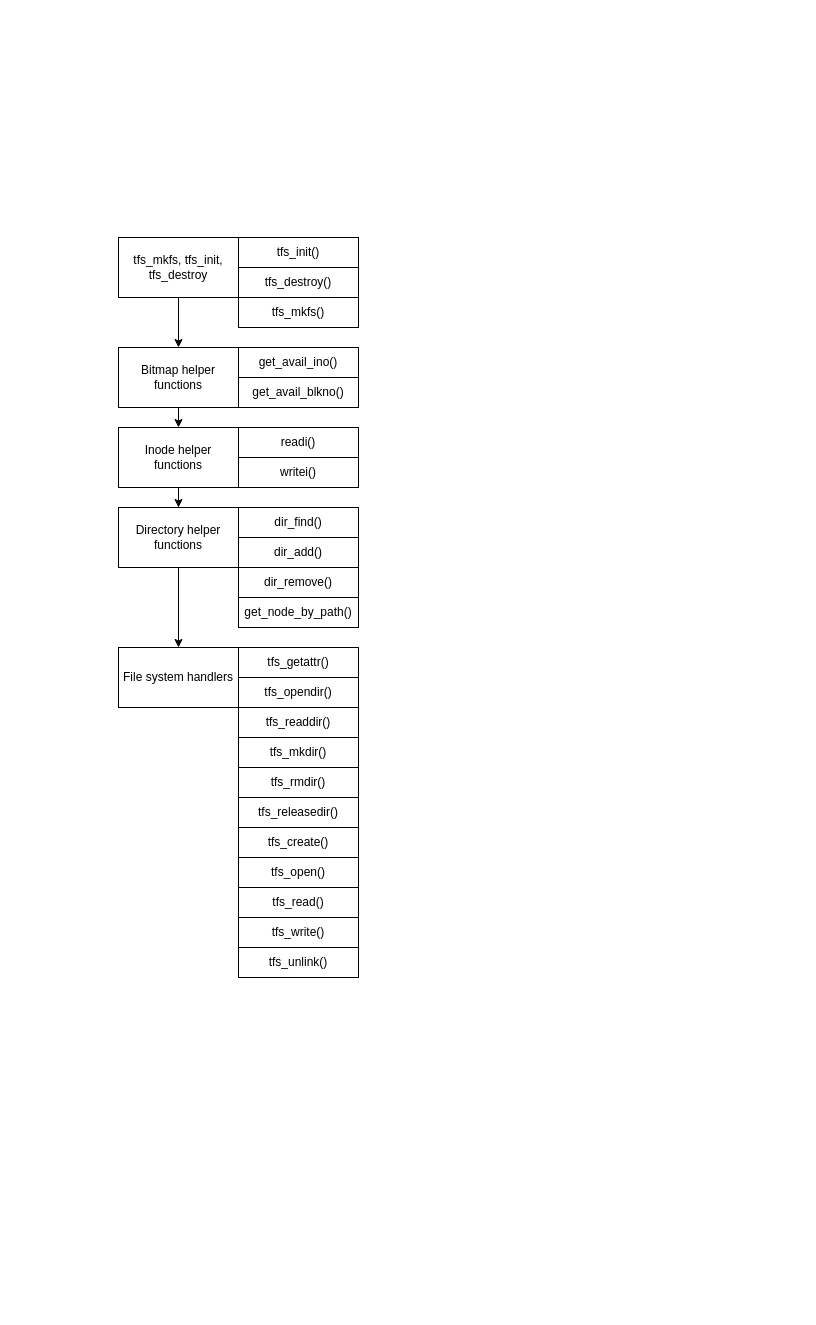
Earlier version of the draw.io diagram plan.drawio (NIK-VOLO/OS_PJ4). Source tidied: cells renumbered, new cells numbered last; positions are measured from the earlier drawing's top-left corner, leaving out a move shared by most shapes. Both pictures are drawn from the tidied source at 100%, with x=0, y=0 at pixel (118, 237).
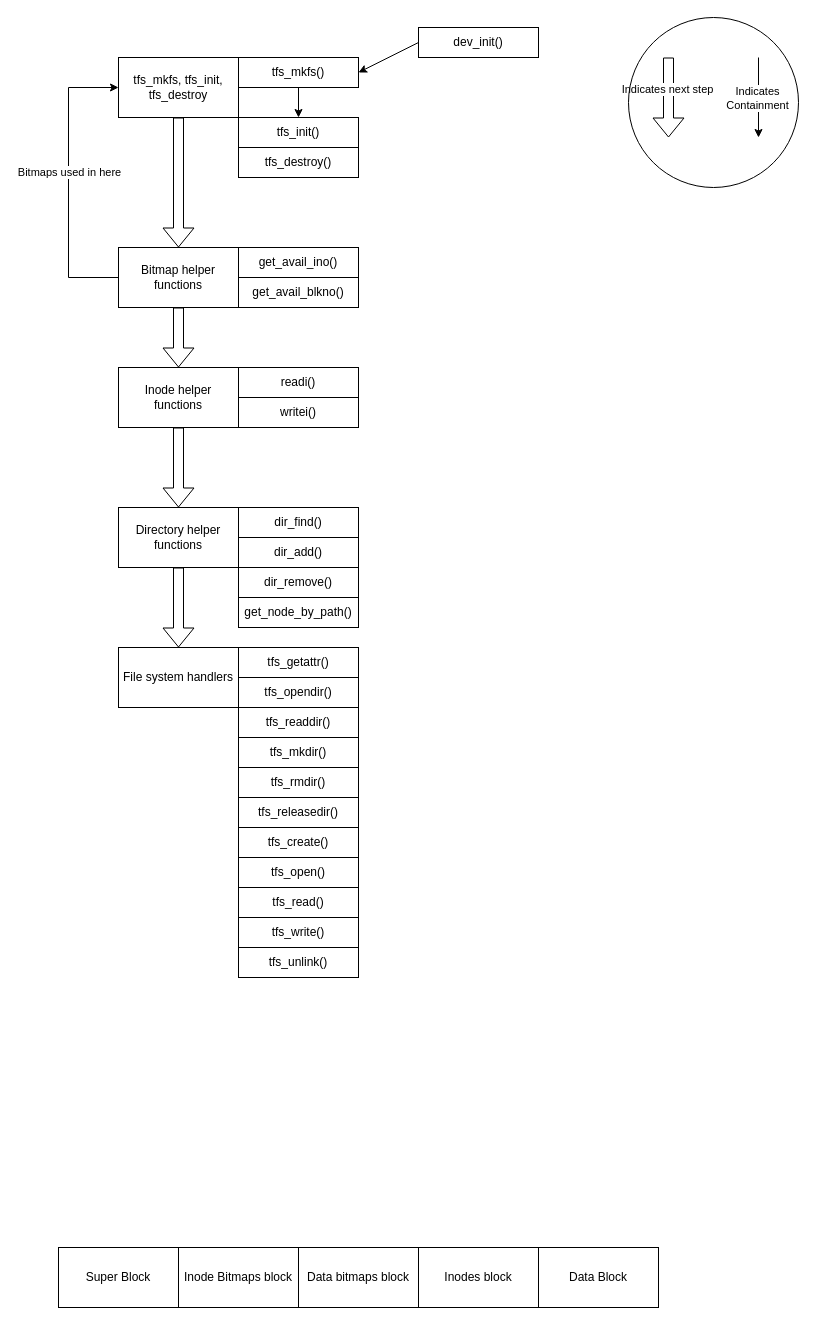
After the change.

Unchanged cells that the change refers to:
```xml
<mxCell id="7" value="Directory helper functions" style="whiteSpace=wrap;html=1;" parent="1" vertex="1">
  <mxGeometry y="270" width="120" height="60" as="geometry" />
</mxCell>
<mxCell id="8" value="File system handlers" style="whiteSpace=wrap;html=1;" parent="1" vertex="1">
  <mxGeometry y="410" width="120" height="60" as="geometry" />
</mxCell>
```

Change to the diagram source:
```diff
@@
-    <mxCell id="2" style="edgeStyle=orthogonalEdgeStyle;rounded=0;jettySize=auto;html=1;entryX=0.5;entryY=0;entryDx=0;entryDy=0;" parent="1" edge="1" source="3" target="5">
+    <mxCell id="2" style="edgeStyle=orthogonalEdgeStyle;rounded=0;jettySize=auto;html=1;entryX=0.5;entryY=0;entryDx=0;entryDy=0;shape=flexArrow;" parent="1" edge="1" source="3" target="5">
       <mxGeometry relative="1" as="geometry" />
     </mxCell>
     <mxCell id="3" value="tfs_mkfs, tfs_init, tfs_destroy" style="whiteSpace=wrap;html=1;" parent="1" vertex="1">
-      <mxGeometry width="120" height="60" as="geometry" />
+      <mxGeometry y="-180" width="120" height="60" as="geometry" />
     </mxCell>
-    <mxCell id="4" style="edgeStyle=orthogonalEdgeStyle;rounded=0;jettySize=auto;html=1;exitX=0.5;exitY=1;exitDx=0;exitDy=0;entryX=0.5;entryY=0;entryDx=0;entryDy=0;" parent="1" edge="1" source="5" target="32">
+    <mxCell id="4" style="edgeStyle=orthogonalEdgeStyle;rounded=0;jettySize=auto;html=1;exitX=0.5;exitY=1;exitDx=0;exitDy=0;entryX=0.5;entryY=0;entryDx=0;entryDy=0;shape=flexArrow;" parent="1" edge="1" source="5" target="32">
       <mxGeometry relative="1" as="geometry" />
     </mxCell>
+    <mxCell id="33" style="edgeStyle=orthogonalEdgeStyle;rounded=0;jettySize=auto;html=1;exitX=0;exitY=0.5;exitDx=0;exitDy=0;entryX=0;entryY=0.5;entryDx=0;entryDy=0;" parent="1" edge="1" source="5" target="3">
+      <mxGeometry relative="1" as="geometry">
+        <Array as="points">
+          <mxPoint x="-50" y="40" />
+          <mxPoint x="-50" y="-150" />
+        </Array>
+      </mxGeometry>
+    </mxCell>
+    <mxCell id="34" value="Bitmaps used in here" style="edgeLabel;html=1;align=center;verticalAlign=middle;" parent="33" vertex="1">
+      <mxGeometry x="0.11" relative="1" as="geometry">
+        <mxPoint y="5" as="offset" />
+      </mxGeometry>
+    </mxCell>
     <mxCell id="5" value="Bitmap helper functions" style="whiteSpace=wrap;html=1;" parent="1" vertex="1">
-      <mxGeometry y="110" width="120" height="60" as="geometry" />
+      <mxGeometry y="10" width="120" height="60" as="geometry" />
     </mxCell>
-    <mxCell id="6" style="edgeStyle=orthogonalEdgeStyle;rounded=0;jettySize=auto;html=1;exitX=0.5;exitY=1;exitDx=0;exitDy=0;entryX=0.5;entryY=0;entryDx=0;entryDy=0;" parent="1" edge="1" source="7" target="8">
+    <mxCell id="6" style="edgeStyle=orthogonalEdgeStyle;rounded=0;jettySize=auto;html=1;exitX=0.5;exitY=1;exitDx=0;exitDy=0;entryX=0.5;entryY=0;entryDx=0;entryDy=0;shape=flexArrow;" parent="1" edge="1" source="7" target="8">
       <mxGeometry relative="1" as="geometry" />
     </mxCell>
@@
-    <mxCell id="9" style="edgeStyle=orthogonalEdgeStyle;rounded=0;jettySize=auto;html=1;exitX=0.5;exitY=1;exitDx=0;exitDy=0;" parent="1" edge="1" source="32" target="7">
+    <mxCell id="9" style="edgeStyle=orthogonalEdgeStyle;rounded=0;jettySize=auto;html=1;exitX=0.5;exitY=1;exitDx=0;exitDy=0;shape=flexArrow;" parent="1" edge="1" source="32" target="7">
       <mxGeometry relative="1" as="geometry" />
     </mxCell>
     <mxCell id="10" value="tfs_init()" style="whiteSpace=wrap;html=1;" parent="1" vertex="1">
-      <mxGeometry x="120" width="120" height="30" as="geometry" />
+      <mxGeometry x="120" y="-120" width="120" height="30" as="geometry" />
     </mxCell>
     <mxCell id="11" value="tfs_destroy()" style="whiteSpace=wrap;html=1;" parent="1" vertex="1">
-      <mxGeometry x="120" y="30" width="120" height="30" as="geometry" />
+      <mxGeometry x="120" y="-90" width="120" height="30" as="geometry" />
     </mxCell>
@@
     <mxCell id="23" value="get_avail_ino()" style="whiteSpace=wrap;html=1;" parent="1" vertex="1">
-      <mxGeometry x="120" y="110" width="120" height="30" as="geometry" />
+      <mxGeometry x="120" y="10" width="120" height="30" as="geometry" />
     </mxCell>
     <mxCell id="24" value="get_avail_blkno()" style="whiteSpace=wrap;html=1;" parent="1" vertex="1">
-      <mxGeometry x="120" y="140" width="120" height="30" as="geometry" />
+      <mxGeometry x="120" y="40" width="120" height="30" as="geometry" />
     </mxCell>
     <mxCell id="25" value="readi()" style="whiteSpace=wrap;html=1;" parent="1" vertex="1">
-      <mxGeometry x="120" y="190" width="120" height="30" as="geometry" />
+      <mxGeometry x="120" y="130" width="120" height="30" as="geometry" />
     </mxCell>
     <mxCell id="26" value="writei()" style="whiteSpace=wrap;html=1;" parent="1" vertex="1">
-      <mxGeometry x="120" y="220" width="120" height="30" as="geometry" />
+      <mxGeometry x="120" y="160" width="120" height="30" as="geometry" />
     </mxCell>
@@
+    <mxCell id="35" style="edgeStyle=orthogonalEdgeStyle;rounded=0;jettySize=auto;html=1;exitX=0.5;exitY=1;exitDx=0;exitDy=0;entryX=0.5;entryY=0;entryDx=0;entryDy=0;" parent="1" edge="1" source="31" target="10">
+      <mxGeometry relative="1" as="geometry" />
+    </mxCell>
     <mxCell id="31" value="tfs_mkfs()" style="whiteSpace=wrap;html=1;" parent="1" vertex="1">
-      <mxGeometry x="120" y="60" width="120" height="30" as="geometry" />
+      <mxGeometry x="120" y="-180" width="120" height="30" as="geometry" />
     </mxCell>
     <mxCell id="32" value="Inode helper functions" style="whiteSpace=wrap;html=1;" parent="1" vertex="1">
-      <mxGeometry y="190" width="120" height="60" as="geometry" />
+      <mxGeometry y="130" width="120" height="60" as="geometry" />
     </mxCell>
+    <mxCell id="36" style="rounded=0;jettySize=auto;html=1;exitX=0;exitY=0.5;exitDx=0;exitDy=0;entryX=1;entryY=0.5;entryDx=0;entryDy=0;" parent="1" edge="1" source="37" target="31">
+      <mxGeometry relative="1" as="geometry" />
+    </mxCell>
+    <mxCell id="37" value="dev_init()" style="whiteSpace=wrap;html=1;" parent="1" vertex="1">
+      <mxGeometry x="300" y="-210" width="120" height="30" as="geometry" />
+    </mxCell>
+    <mxCell id="38" style="edgeStyle=orthogonalEdgeStyle;rounded=0;orthogonalLoop=1;jettySize=auto;html=1;shape=flexArrow;" parent="1" edge="1">
+      <mxGeometry relative="1" as="geometry">
+        <mxPoint x="550" y="-180" as="sourcePoint" />
+        <mxPoint x="550" y="-100" as="targetPoint" />
+      </mxGeometry>
+    </mxCell>
+    <mxCell id="39" value="Indicates next step" style="edgeLabel;html=1;align=center;verticalAlign=middle;" parent="38" vertex="1">
+      <mxGeometry x="-0.27" y="2" relative="1" as="geometry">
+        <mxPoint x="-4" y="2" as="offset" />
+      </mxGeometry>
+    </mxCell>
+    <mxCell id="40" style="rounded=0;orthogonalLoop=1;jettySize=auto;html=1;exitX=0;exitY=0.5;exitDx=0;exitDy=0;" parent="1" edge="1">
+      <mxGeometry relative="1" as="geometry">
+        <mxPoint x="640" y="-180" as="sourcePoint" />
+        <mxPoint x="640" y="-100" as="targetPoint" />
+      </mxGeometry>
+    </mxCell>
+    <mxCell id="41" value="Indicates&lt;br&gt;Containment" style="edgeLabel;html=1;align=center;verticalAlign=middle;" parent="40" vertex="1">
+      <mxGeometry x="-0.3" y="-2" relative="1" as="geometry">
+        <mxPoint y="12" as="offset" />
+      </mxGeometry>
+    </mxCell>
+    <mxCell id="42" style="ellipse;whiteSpace=wrap;html=1;fillOpacity=0;" parent="1" vertex="1">
+      <mxGeometry x="510" y="-220" width="170" height="170" as="geometry" />
+    </mxCell>
+    <mxCell id="43" value="Super Block" style="whiteSpace=wrap;html=1;" parent="1" vertex="1">
+      <mxGeometry x="-60" y="1010" width="120" height="60" as="geometry" />
+    </mxCell>
+    <mxCell id="44" value="Inode Bitmaps block" style="whiteSpace=wrap;html=1;" parent="1" vertex="1">
+      <mxGeometry x="60" y="1010" width="120" height="60" as="geometry" />
+    </mxCell>
+    <mxCell id="45" value="Data bitmaps block" style="whiteSpace=wrap;html=1;" parent="1" vertex="1">
+      <mxGeometry x="180" y="1010" width="120" height="60" as="geometry" />
+    </mxCell>
+    <mxCell id="46" value="Inodes block" style="whiteSpace=wrap;html=1;" parent="1" vertex="1">
+      <mxGeometry x="300" y="1010" width="120" height="60" as="geometry" />
+    </mxCell>
+    <mxCell id="47" value="Data Block" style="whiteSpace=wrap;html=1;" parent="1" vertex="1">
+      <mxGeometry x="420" y="1010" width="120" height="60" as="geometry" />
+    </mxCell>
```
